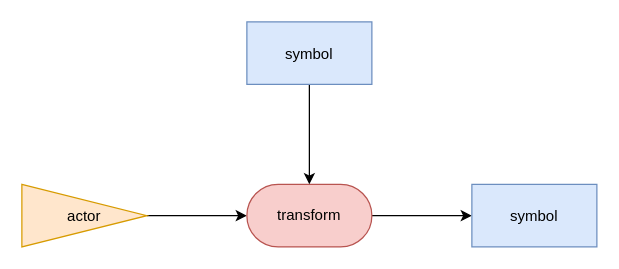
zonnesmit/thesis keeps this draw.io diagram as Untitled Diagram.drawio. Above is the earlier version. Source tidied: cells renumbered, new cells numbered last; positions are measured from the earlier drawing's top-left corner, leaving out a move shared by most shapes. Both pictures are drawn from the tidied source at 125%, with x=0, y=0 at pixel (21, 21).
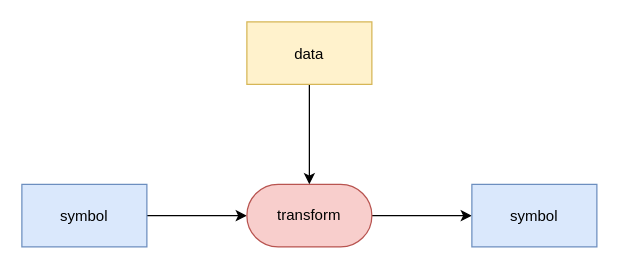
After the change.

The edit, as a diff of the source:
```diff
@@
 <mxGraphModel>
   <root>
     <mxCell id="0" />
     <mxCell id="1" parent="0" />
-    <mxCell id="2" style="edgeStyle=orthogonalEdgeStyle;rounded=0;jettySize=auto;html=1;entryX=0;entryY=0.5;entryDx=0;entryDy=0;" parent="1" edge="1" source="3" target="5">
-      <mxGeometry relative="1" as="geometry" />
-    </mxCell>
-    <mxCell id="3" value="actor" style="triangle;fillColor=#ffe6cc;strokeColor=#d79b00;" parent="1" vertex="1">
-      <mxGeometry y="130" width="100" height="50" as="geometry" />
-    </mxCell>
+    <mxCell id="6" style="edgeStyle=orthogonalEdgeStyle;rounded=0;jettySize=auto;html=1;exitX=1;exitY=0.5;exitDx=0;exitDy=0;entryX=0;entryY=0.5;entryDx=0;entryDy=0;" parent="1" edge="1" source="7" target="5">
+      <mxGeometry relative="1" as="geometry" />
+    </mxCell>
+    <mxCell id="7" value="symbol" style="rectangle;fillColor=#dae8fc;strokeColor=#6c8ebf;" parent="1" vertex="1">
+      <mxGeometry y="130" width="100" height="50" as="geometry" />
+    </mxCell>
     <mxCell id="4" style="edgeStyle=orthogonalEdgeStyle;rounded=0;jettySize=auto;html=1;exitX=1;exitY=0.5;exitDx=0;exitDy=0;entryX=0;entryY=0.5;entryDx=0;entryDy=0;" parent="1" edge="1" source="5" target="8">
       <mxGeometry relative="1" as="geometry" />
     </mxCell>
     <mxCell id="5" value="transform" style="rounded=1;whiteSpace=wrap;html=1;arcSize=50;fillColor=#f8cecc;strokeColor=#b85450;" parent="1" vertex="1">
       <mxGeometry x="180" y="130" width="100" height="50" as="geometry" />
     </mxCell>
-    <mxCell id="6" style="edgeStyle=orthogonalEdgeStyle;rounded=0;jettySize=auto;html=1;entryX=0.5;entryY=0;entryDx=0;entryDy=0;" parent="1" edge="1" source="7" target="5">
-      <mxGeometry relative="1" as="geometry" />
-    </mxCell>
-    <mxCell id="7" value="symbol" style="rectangle;fillColor=#dae8fc;strokeColor=#6c8ebf;" parent="1" vertex="1">
-      <mxGeometry x="180" width="100" height="50" as="geometry" />
-    </mxCell>
+    <mxCell id="9" style="edgeStyle=orthogonalEdgeStyle;rounded=0;jettySize=auto;html=1;entryX=0.5;entryY=0;entryDx=0;entryDy=0;" parent="1" edge="1" source="10" target="5">
+      <mxGeometry relative="1" as="geometry" />
+    </mxCell>
+    <mxCell id="10" value="data" style="rectangle;fillColor=#fff2cc;strokeColor=#d6b656;" parent="1" vertex="1">
+      <mxGeometry x="180" width="100" height="50" as="geometry" />
+    </mxCell>
     <mxCell id="8" value="symbol" style="rectangle;fillColor=#dae8fc;strokeColor=#6c8ebf;" parent="1" vertex="1">
       <mxGeometry x="360" y="130" width="100" height="50" as="geometry" />
     </mxCell>
   </root>
 </mxGraphModel>
```
